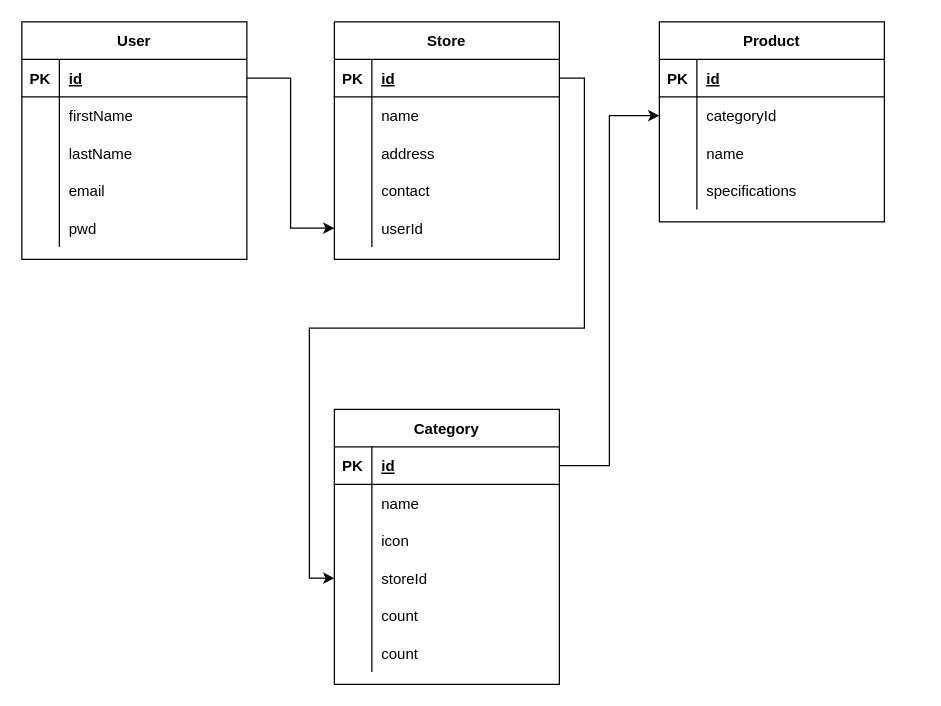
Earlier version of the draw.io diagram Stock Management Database.drawio (prinzz1208/StockManagementBackend). Source tidied: cells renumbered, new cells numbered last; positions are measured from the earlier drawing's top-left corner, leaving out a move shared by most shapes. Both pictures are drawn from the tidied source at 125%, with x=0, y=0 at pixel (21, 21).
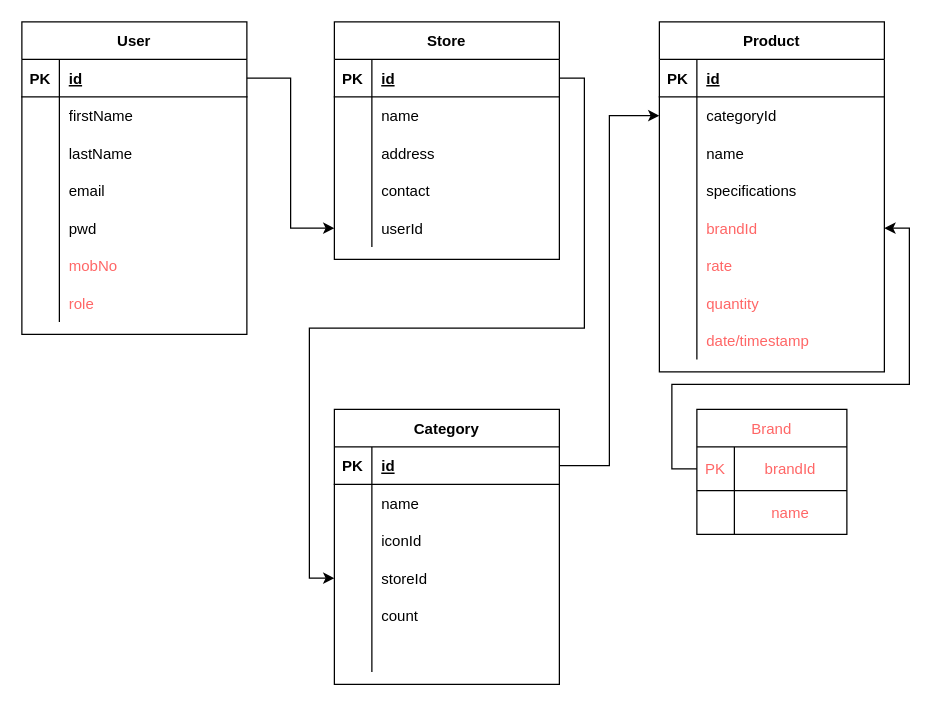
The same diagram, later.

Unchanged cells that the change refers to:
```xml
<mxCell id="55" style="shape=partialRectangle;fillColor=none;top=0;left=0;bottom=0;right=0;" parent="48" vertex="1">
  <mxGeometry y="90" width="180" height="30" as="geometry" />
</mxCell>
<mxCell id="64" style="shape=partialRectangle;fillColor=none;top=0;left=0;bottom=0;right=0;" parent="48" vertex="1">
  <mxGeometry y="180" width="180" height="30" as="geometry" />
</mxCell>
```

Change to the diagram source:
```diff
@@
     <mxCell id="2" value="User" style="shape=table;startSize=30;childLayout=tableLayout;rowLines=0;fontStyle=1;align=center;" parent="1" vertex="1">
-      <mxGeometry width="180" height="190" as="geometry" />
+      <mxGeometry width="180" height="250" as="geometry" />
     </mxCell>
@@
+    <mxCell id="69" style="shape=partialRectangle;fillColor=none;top=0;left=0;bottom=0;right=0;" parent="2" vertex="1">
+      <mxGeometry y="180" width="180" height="30" as="geometry" />
+    </mxCell>
+    <mxCell id="70" style="shape=partialRectangle;fillColor=none;top=0;left=0;bottom=0;right=0;overflow=hidden;" parent="69" vertex="1">
+      <mxGeometry width="30" height="30" as="geometry" />
+    </mxCell>
+    <mxCell id="71" value="mobNo" style="shape=partialRectangle;fillColor=none;top=0;left=0;bottom=0;right=0;align=left;spacingLeft=6;overflow=hidden;fontColor=#FF6666;" parent="69" vertex="1">
+      <mxGeometry x="30" width="150" height="30" as="geometry" />
+    </mxCell>
+    <mxCell id="72" style="shape=partialRectangle;fillColor=none;top=0;left=0;bottom=0;right=0;" parent="2" vertex="1">
+      <mxGeometry y="210" width="180" height="30" as="geometry" />
+    </mxCell>
+    <mxCell id="73" style="shape=partialRectangle;fillColor=none;top=0;left=0;bottom=0;right=0;overflow=hidden;" parent="72" vertex="1">
+      <mxGeometry width="30" height="30" as="geometry" />
+    </mxCell>
+    <mxCell id="74" value="role" style="shape=partialRectangle;fillColor=none;top=0;left=0;bottom=0;right=0;align=left;spacingLeft=6;overflow=hidden;fontColor=#FF6666;" parent="72" vertex="1">
+      <mxGeometry x="30" width="150" height="30" as="geometry" />
+    </mxCell>
@@
     <mxCell id="35" value="Product" style="shape=table;startSize=30;childLayout=tableLayout;rowLines=0;fontStyle=1;align=center;" parent="1" vertex="1">
-      <mxGeometry x="510" width="180" height="160" as="geometry" />
+      <mxGeometry x="510" width="180" height="280" as="geometry" />
     </mxCell>
@@
+    <mxCell id="75" style="shape=partialRectangle;fillColor=none;top=0;left=0;bottom=0;right=0;points=[[0,0.5],[1,0.5]];portConstraint=eastwest;" parent="35" vertex="1">
+      <mxGeometry y="150" width="180" height="30" as="geometry" />
+    </mxCell>
+    <mxCell id="76" style="shape=partialRectangle;fillColor=none;top=0;left=0;bottom=0;right=0;overflow=hidden;" parent="75" vertex="1">
+      <mxGeometry width="30" height="30" as="geometry" />
+    </mxCell>
+    <mxCell id="77" value="brandId" style="shape=partialRectangle;fillColor=none;top=0;left=0;bottom=0;right=0;align=left;spacingLeft=6;overflow=hidden;fontColor=#FF6666;" parent="75" vertex="1">
+      <mxGeometry x="30" width="150" height="30" as="geometry" />
+    </mxCell>
+    <mxCell id="78" style="shape=partialRectangle;fillColor=none;top=0;left=0;bottom=0;right=0;" parent="35" vertex="1">
+      <mxGeometry y="180" width="180" height="30" as="geometry" />
+    </mxCell>
+    <mxCell id="79" style="shape=partialRectangle;fillColor=none;top=0;left=0;bottom=0;right=0;overflow=hidden;" parent="78" vertex="1">
+      <mxGeometry width="30" height="30" as="geometry" />
+    </mxCell>
+    <mxCell id="80" value="rate" style="shape=partialRectangle;fillColor=none;top=0;left=0;bottom=0;right=0;align=left;spacingLeft=6;overflow=hidden;fontColor=#FF6666;" parent="78" vertex="1">
+      <mxGeometry x="30" width="150" height="30" as="geometry" />
+    </mxCell>
+    <mxCell id="81" style="shape=partialRectangle;fillColor=none;top=0;left=0;bottom=0;right=0;" parent="35" vertex="1">
+      <mxGeometry y="210" width="180" height="30" as="geometry" />
+    </mxCell>
+    <mxCell id="82" style="shape=partialRectangle;fillColor=none;top=0;left=0;bottom=0;right=0;overflow=hidden;" parent="81" vertex="1">
+      <mxGeometry width="30" height="30" as="geometry" />
+    </mxCell>
+    <mxCell id="83" value="quantity" style="shape=partialRectangle;fillColor=none;top=0;left=0;bottom=0;right=0;align=left;spacingLeft=6;overflow=hidden;fontColor=#FF6666;" parent="81" vertex="1">
+      <mxGeometry x="30" width="150" height="30" as="geometry" />
+    </mxCell>
+    <mxCell id="84" style="shape=partialRectangle;fillColor=none;top=0;left=0;bottom=0;right=0;" parent="35" vertex="1">
+      <mxGeometry y="240" width="180" height="30" as="geometry" />
+    </mxCell>
+    <mxCell id="85" style="shape=partialRectangle;fillColor=none;top=0;left=0;bottom=0;right=0;overflow=hidden;" parent="84" vertex="1">
+      <mxGeometry width="30" height="30" as="geometry" />
+    </mxCell>
+    <mxCell id="86" value="date/timestamp" style="shape=partialRectangle;fillColor=none;top=0;left=0;bottom=0;right=0;align=left;spacingLeft=6;overflow=hidden;fontColor=#FF6666;" parent="84" vertex="1">
+      <mxGeometry x="30" width="150" height="30" as="geometry" />
+    </mxCell>
@@
-    <mxCell id="57" value="icon" style="shape=partialRectangle;fillColor=none;top=0;left=0;bottom=0;right=0;align=left;spacingLeft=6;overflow=hidden;" parent="55" vertex="1">
+    <mxCell id="57" value="iconId" style="shape=partialRectangle;fillColor=none;top=0;left=0;bottom=0;right=0;align=left;spacingLeft=6;overflow=hidden;" parent="55" vertex="1">
       <mxGeometry x="30" width="150" height="30" as="geometry" />
     </mxCell>
@@
-    <mxCell id="66" value="count" style="shape=partialRectangle;fillColor=none;top=0;left=0;bottom=0;right=0;align=left;spacingLeft=6;overflow=hidden;" parent="64" vertex="1">
+    <mxCell id="66" style="shape=partialRectangle;fillColor=none;top=0;left=0;bottom=0;right=0;align=left;spacingLeft=6;overflow=hidden;" parent="64" vertex="1">
       <mxGeometry x="30" width="150" height="30" as="geometry" />
     </mxCell>
@@
+    <mxCell id="87" value="Brand" style="shape=table;startSize=30;childLayout=tableLayout;fontColor=#FF6666;" parent="1" vertex="1">
+      <mxGeometry x="540" y="310" width="120" height="100" as="geometry" />
+    </mxCell>
+    <mxCell id="88" style="shape=partialRectangle;fillColor=none;top=0;left=0;bottom=0;right=0;points=[[0,0.5],[1,0.5]];portConstraint=eastwest;fontColor=#FF6666;" parent="87" vertex="1">
+      <mxGeometry y="30" width="120" height="35" as="geometry" />
+    </mxCell>
+    <mxCell id="89" value="PK" style="shape=partialRectangle;html=1;whiteSpace=wrap;overflow=hidden;fillColor=none;top=0;left=0;bottom=0;right=0;fontColor=#FF6666;" parent="88" vertex="1">
+      <mxGeometry width="30" height="35" as="geometry" />
+    </mxCell>
+    <mxCell id="90" value="brandId" style="shape=partialRectangle;html=1;whiteSpace=wrap;overflow=hidden;fillColor=none;top=0;left=0;bottom=0;right=0;fontColor=#FF6666;" parent="88" vertex="1">
+      <mxGeometry x="30" width="90" height="35" as="geometry" />
+    </mxCell>
+    <mxCell id="91" style="shape=partialRectangle;fillColor=none;top=0;left=0;bottom=0;right=0;fontColor=#FF6666;" parent="87" vertex="1">
+      <mxGeometry y="65" width="120" height="35" as="geometry" />
+    </mxCell>
+    <mxCell id="92" style="shape=partialRectangle;html=1;whiteSpace=wrap;overflow=hidden;fillColor=none;top=0;left=0;bottom=0;right=0;fontColor=#FF6666;" parent="91" vertex="1">
+      <mxGeometry width="30" height="35" as="geometry" />
+    </mxCell>
+    <mxCell id="93" value="name" style="shape=partialRectangle;html=1;whiteSpace=wrap;overflow=hidden;fillColor=none;top=0;left=0;bottom=0;right=0;fontColor=#FF6666;strokeColor=default;" parent="91" vertex="1">
+      <mxGeometry x="30" width="90" height="35" as="geometry" />
+    </mxCell>
+    <mxCell id="94" style="edgeStyle=orthogonalEdgeStyle;rounded=0;jettySize=auto;html=1;fontColor=#FF6666;entryX=1;entryY=0.5;entryDx=0;entryDy=0;" parent="1" edge="1" source="88" target="75">
+      <mxGeometry relative="1" as="geometry">
+        <Array as="points">
+          <mxPoint x="520" y="358" />
+          <mxPoint x="520" y="290" />
+          <mxPoint x="710" y="290" />
+          <mxPoint x="710" y="165" />
+        </Array>
+      </mxGeometry>
+    </mxCell>
```
